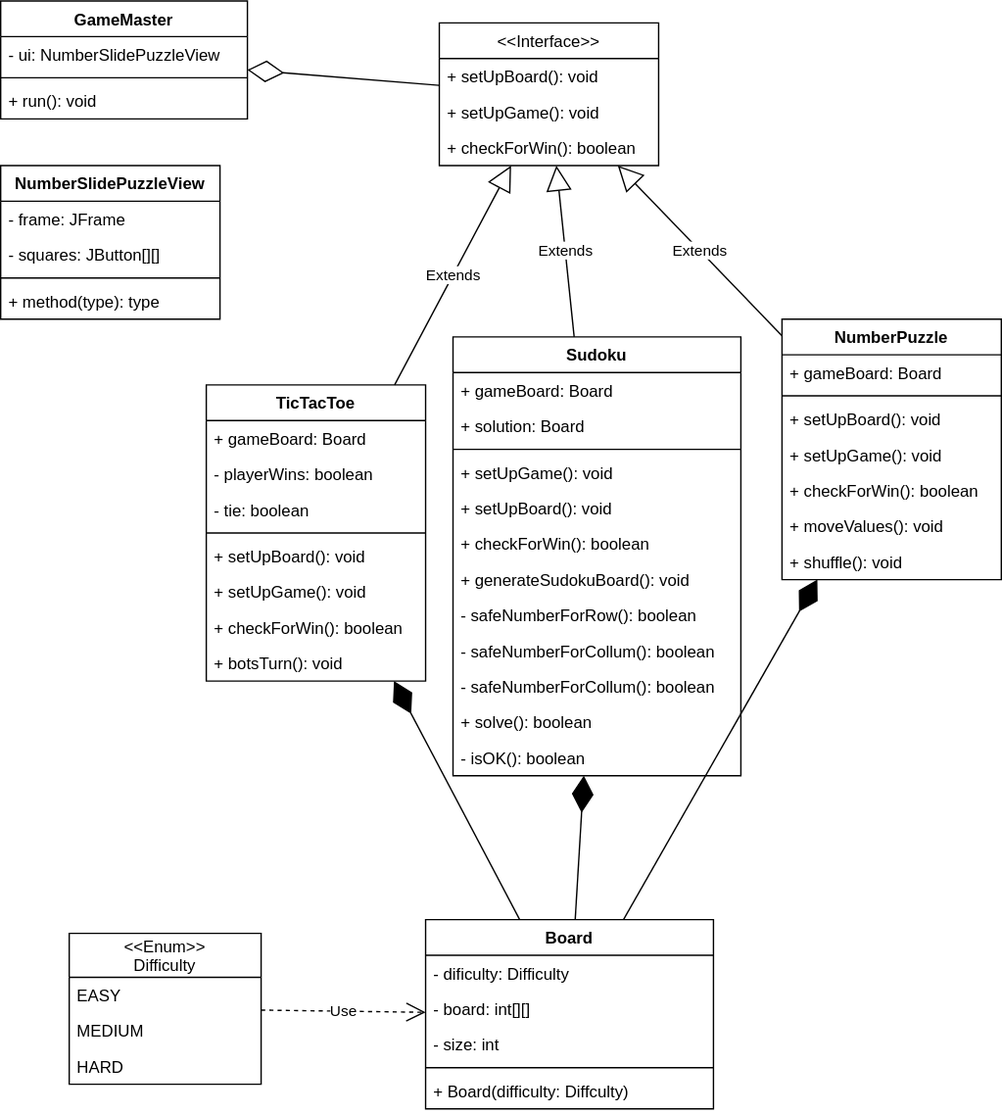
seatwiggy/NumberSlidePuzzle keeps this draw.io diagram as src/edu/neumont/csc150/uml.svg. Above is the earlier version. Source tidied: cells renumbered, new cells last; positions are measured from the earlier drawing's top-left corner, leaving out a move shared by most shapes.
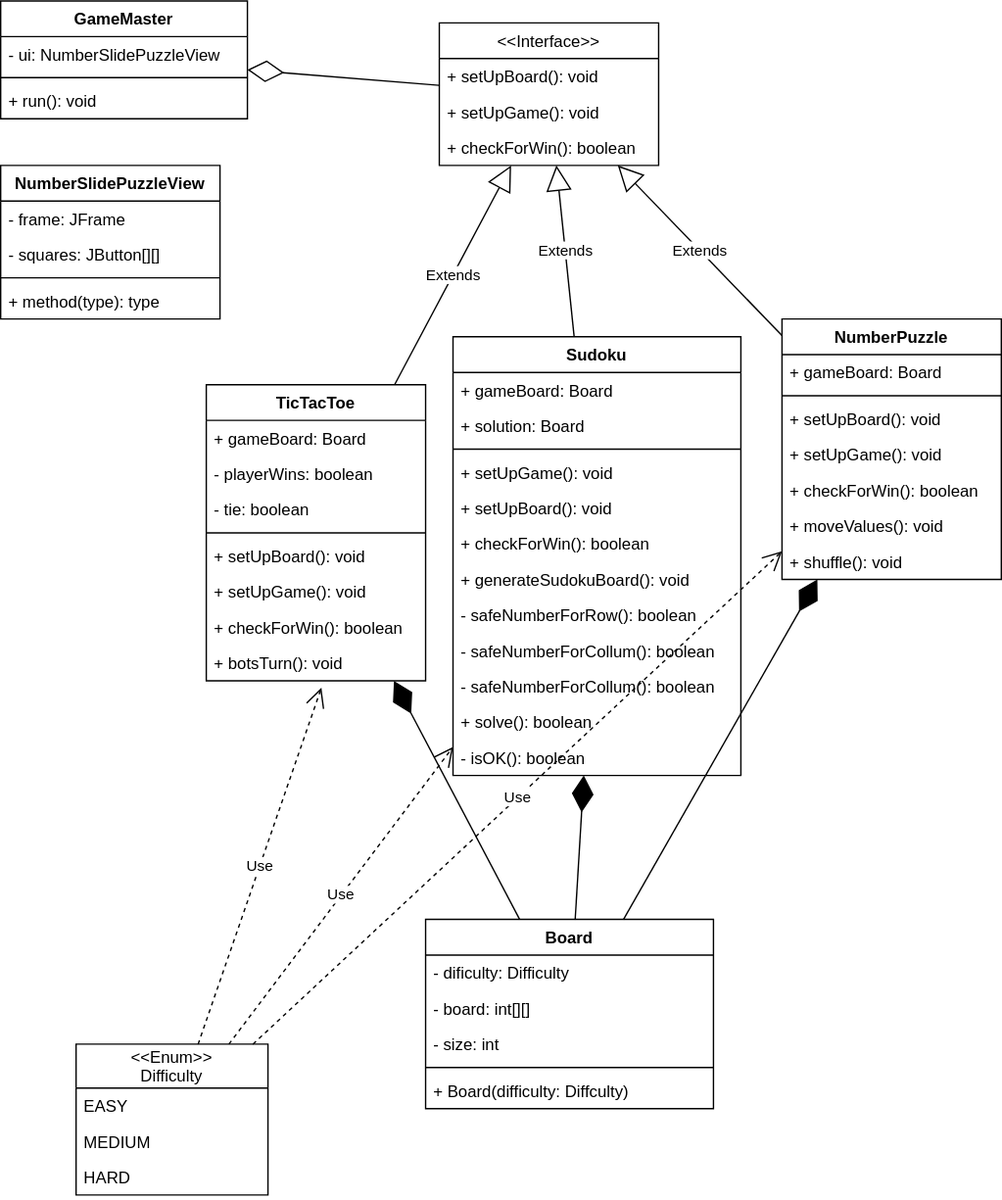
The same file after the commit.

Change to the diagram source:
```diff
@@ -51,7 +51,7 @@
       <mxGeometry x="370" y="300" width="20" height="14" as="geometry" />
     </mxCell>
     <mxCell id="18" value="&lt;&lt;Enum&gt;&gt;&#10;Difficulty" style="swimlane;fontStyle=0;horizontal=1;startSize=32;fillColor=none;" parent="1" vertex="1">
-      <mxGeometry x="50" y="680" width="140" height="110" as="geometry" />
+      <mxGeometry x="55" y="761" width="140" height="110" as="geometry" />
     </mxCell>
     <mxCell id="19" value="EASY" style="text;strokeColor=none;fillColor=none;align=left;verticalAlign=top;spacingLeft=4;spacingRight=4;overflow=hidden;" parent="18" vertex="1">
       <mxGeometry y="32" width="140" height="26" as="geometry" />
@@ -182,11 +182,17 @@
     <mxCell id="61" style="endArrow=diamondThin;endFill=1;endSize=24;html=1;rounded=0;" parent="1" edge="1" source="11" target="26">
       <mxGeometry relative="1" as="geometry" />
     </mxCell>
-    <mxCell id="62" value="Use" style="endArrow=open;endSize=12;dashed=1;html=1;rounded=0;" parent="1" edge="1" source="18" target="11">
+    <mxCell id="62" value="Use" style="endArrow=open;endSize=12;dashed=1;html=1;rounded=0;entryX=0.525;entryY=1.192;entryDx=0;entryDy=0;entryPerimeter=0;" parent="1" edge="1" source="18" target="55">
       <mxGeometry relative="1" as="geometry" />
     </mxCell>
     <mxCell id="63" style="endArrow=diamondThin;endFill=0;endSize=24;html=1;rounded=0;" parent="1" edge="1" source="22" target="7">
       <mxGeometry relative="1" as="geometry" />
     </mxCell>
+    <mxCell id="64" value="Use" style="endArrow=open;endSize=12;dashed=1;html=1;rounded=0;" parent="1" edge="1" source="18" target="34">
+      <mxGeometry relative="1" as="geometry" />
+    </mxCell>
+    <mxCell id="65" value="Use" style="endArrow=open;endSize=12;dashed=1;html=1;rounded=0;" parent="1" edge="1" source="18" target="26">
+      <mxGeometry relative="1" as="geometry" />
+    </mxCell>
   </root>
 </mxGraphModel>
```
